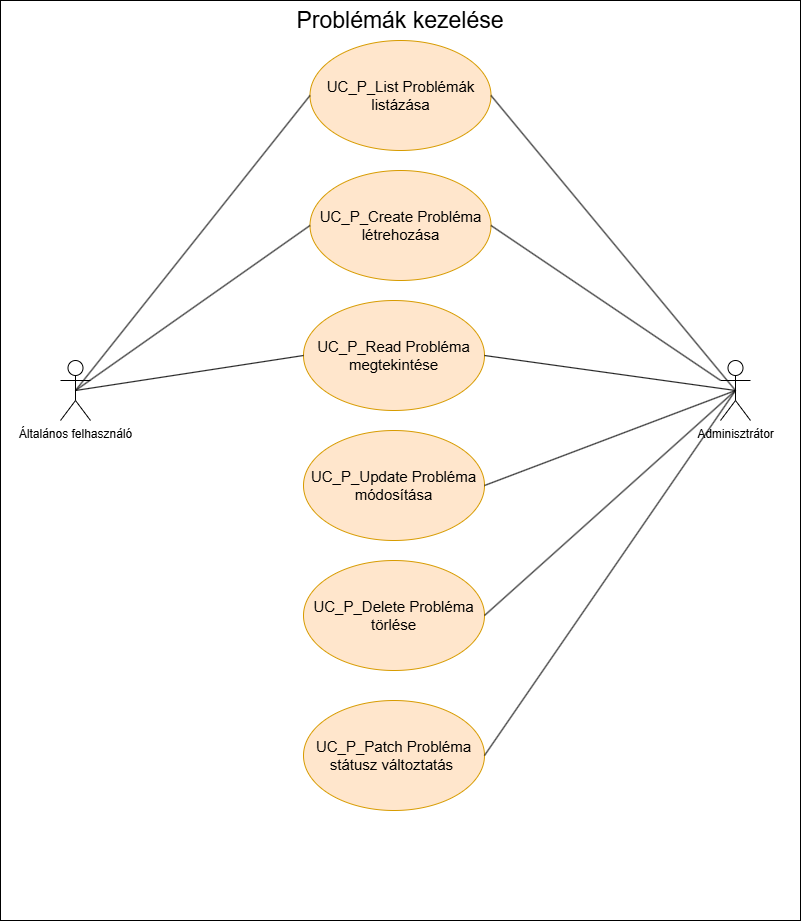
Above: docs/static/UC_diagrams/manageProblemsUseCases.drawio.png in lulwszabolcs/A-PROJEKT (draw.io), before the change. Source tidied: cells renumbered, new cells last; positions are measured from the earlier drawing's top-left corner, leaving out a move shared by most shapes.
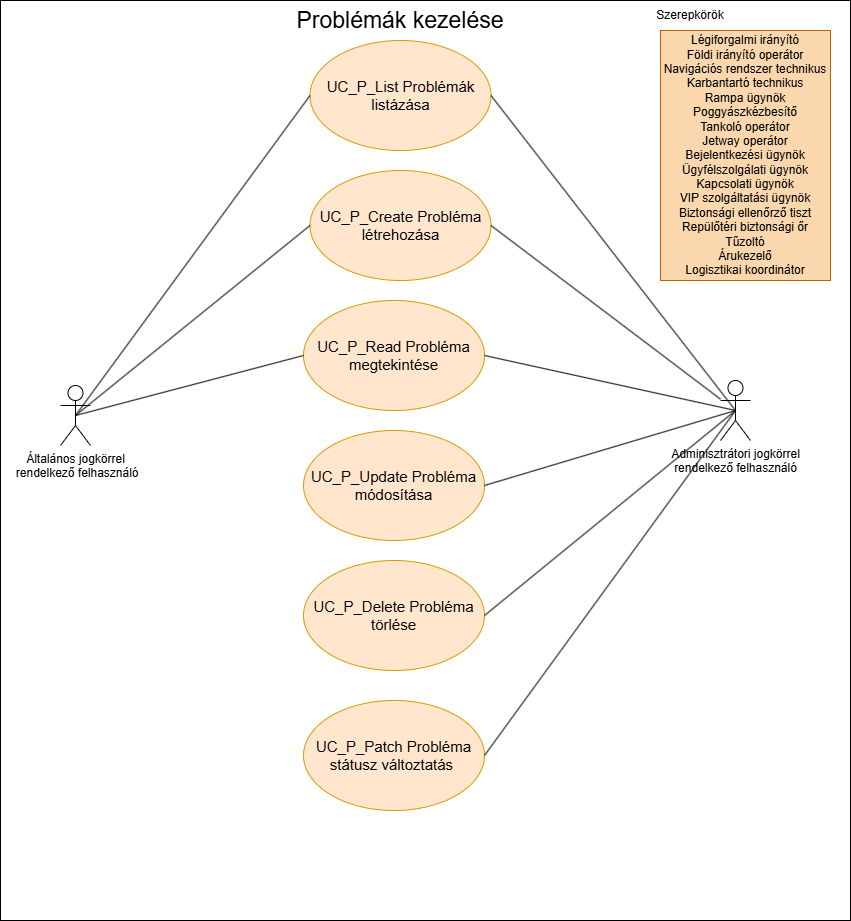
The same file after the commit.

Diff of the diagram source:
```diff
@@ -3,7 +3,7 @@
     <mxCell id="0" />
     <mxCell id="1" parent="0" />
     <mxCell id="2" style="rounded=0;whiteSpace=wrap;html=1;" parent="1" vertex="1">
-      <mxGeometry width="800" height="920" as="geometry" />
+      <mxGeometry width="850" height="920" as="geometry" />
     </mxCell>
     <mxCell id="3" value="Problémák kezelése" style="text;html=1;align=center;verticalAlign=middle;whiteSpace=wrap;rounded=0;fontSize=23;" parent="1" vertex="1">
       <mxGeometry x="290" width="220" height="40" as="geometry" />
@@ -50,14 +50,20 @@
     <mxCell id="17" style="endArrow=none;html=1;rounded=0;entryX=0.5;entryY=0.5;entryDx=0;entryDy=0;entryPerimeter=0;exitX=1;exitY=0.5;exitDx=0;exitDy=0;" parent="1" edge="1" source="14" target="20">
       <mxGeometry relative="1" as="geometry" />
     </mxCell>
-    <mxCell id="18" value="Általános felhasználó" style="shape=umlActor;verticalLabelPosition=bottom;verticalAlign=top;html=1;outlineConnect=0;" parent="1" vertex="1">
-      <mxGeometry x="60" y="360" width="30" height="60" as="geometry" />
+    <mxCell id="18" value="Általános jogkörrel&lt;div&gt;&amp;nbsp;rendelkező felhasználó&lt;/div&gt;" style="shape=umlActor;verticalLabelPosition=bottom;verticalAlign=top;html=1;outlineConnect=0;" parent="1" vertex="1">
+      <mxGeometry x="60" y="385" width="30" height="60" as="geometry" />
     </mxCell>
     <mxCell id="19" style="endArrow=none;html=1;rounded=0;entryX=0.5;entryY=0.5;entryDx=0;entryDy=0;entryPerimeter=0;exitX=1;exitY=0.5;exitDx=0;exitDy=0;" parent="1" edge="1" source="10" target="20">
       <mxGeometry relative="1" as="geometry" />
     </mxCell>
-    <mxCell id="20" value="Adminisztrátor" style="shape=umlActor;verticalLabelPosition=bottom;verticalAlign=top;html=1;outlineConnect=0;" parent="1" vertex="1">
-      <mxGeometry x="720" y="360" width="30" height="60" as="geometry" />
+    <mxCell id="20" value="Adminisztrátori jogkörrel&lt;div&gt;rendelkező felhasználó&lt;/div&gt;" style="shape=umlActor;verticalLabelPosition=bottom;verticalAlign=top;html=1;outlineConnect=0;" parent="1" vertex="1">
+      <mxGeometry x="720" y="380" width="30" height="60" as="geometry" />
     </mxCell>
+    <mxCell id="21" value="Szerepkörök" style="text;html=1;align=center;verticalAlign=middle;whiteSpace=wrap;rounded=0;" parent="1" vertex="1">
+      <mxGeometry x="660" width="60" height="30" as="geometry" />
+    </mxCell>
+    <mxCell id="22" value="Légiforgalmi irányító&lt;div&gt;Földi irányító operátor&lt;/div&gt;&lt;div&gt;Navigációs rendszer technikus&lt;/div&gt;&lt;div&gt;Karbantartó technikus&lt;/div&gt;&lt;div&gt;Rampa ügynök&lt;/div&gt;&lt;div&gt;Poggyászkézbesítő&lt;/div&gt;&lt;div&gt;Tankoló operátor&lt;/div&gt;&lt;div&gt;Jetway operátor&lt;/div&gt;&lt;div&gt;Bejelentkezési ügynök&lt;/div&gt;&lt;div&gt;Ügyfélszolgálati ügynök&lt;/div&gt;&lt;div&gt;Kapcsolati ügynök&lt;/div&gt;&lt;div&gt;VIP szolgáltatási ügynök&lt;/div&gt;&lt;div&gt;Biztonsági ellenőrző tiszt&lt;/div&gt;&lt;div&gt;Repülőtéri biztonsági őr&lt;/div&gt;&lt;div&gt;Tűzoltó&lt;/div&gt;&lt;div&gt;Árukezelő&lt;/div&gt;&lt;div&gt;Logisztikai koordinátor&lt;/div&gt;" style="rounded=0;whiteSpace=wrap;html=1;fillColor=#fad7ac;strokeColor=#b46504;" parent="1" vertex="1">
+      <mxGeometry x="660" y="30" width="170" height="250" as="geometry" />
+    </mxCell>
   </root>
 </mxGraphModel>
```
